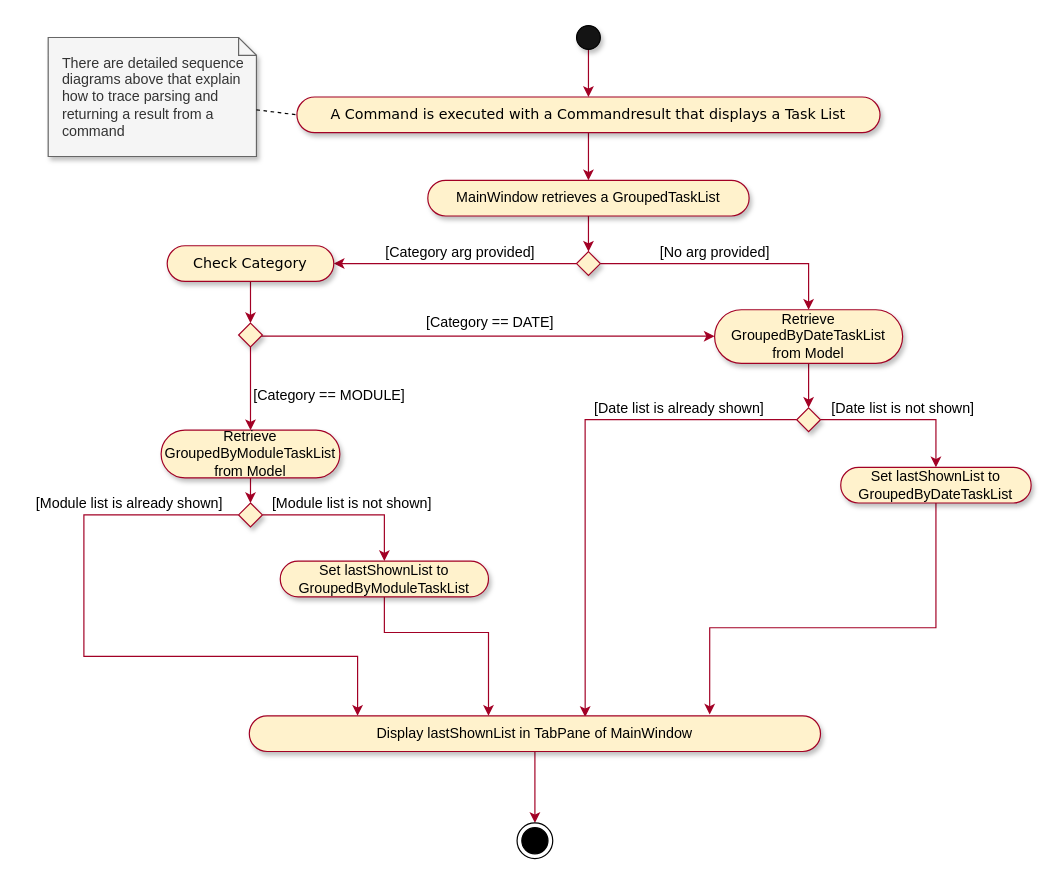
yapdianhao/main keeps this draw.io diagram as docs/diagrams/ListCommandActivityDiagram.drawio. Above is the earlier version. Source tidied: cells renumbered, new cells numbered last; positions are measured from the earlier drawing's top-left corner, leaving out a move shared by most shapes. Both pictures are drawn from the tidied source at 119%, with x=0, y=0 at pixel (48, 25).
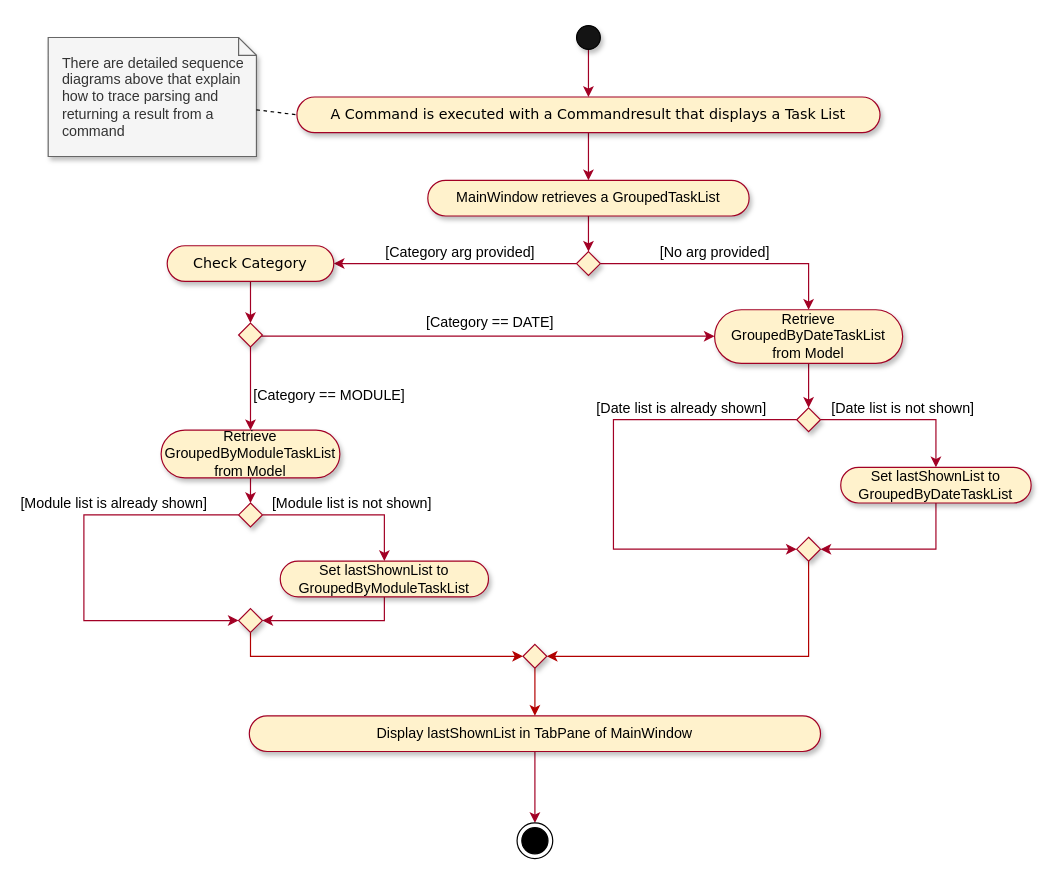
After the change.

Commit message (it also covers changes not shown here):
Fixed Diagram Changed Command markdown to italic + bold

Unchanged cells that the change refers to:
```xml
<mxCell id="30" style="rhombus;whiteSpace=wrap;html=1;shadow=1;strokeColor=#A20025;fillColor=#fff2cc;" parent="1" vertex="1">
  <mxGeometry x="629" y="321.2" width="20" height="20" as="geometry" />
</mxCell>
<mxCell id="32" value="Set lastShownList to GroupedByDateTaskList" style="whiteSpace=wrap;html=1;rounded=1;arcSize=50;align=center;verticalAlign=middle;strokeWidth=1;spacing=4;newEdgeStyle={&quot;edgeStyle&quot;:&quot;entityRelationEdgeStyle&quot;,&quot;startArrow&quot;:&quot;none&quot;,&quot;endArrow&quot;:&quot;none&quot;,&quot;segment&quot;:10,&quot;curved&quot;:1};shadow=1;fillColor=#fff2cc;strokeColor=#A20025;" parent="1" vertex="1">
  <mxGeometry x="666" y="371.2" width="160" height="30" as="geometry" />
</mxCell>
<mxCell id="34" value="Display lastShownList in TabPane of MainWindow" style="whiteSpace=wrap;html=1;rounded=1;arcSize=50;align=center;verticalAlign=middle;strokeWidth=1;spacing=4;newEdgeStyle={&quot;edgeStyle&quot;:&quot;entityRelationEdgeStyle&quot;,&quot;startArrow&quot;:&quot;none&quot;,&quot;endArrow&quot;:&quot;none&quot;,&quot;segment&quot;:10,&quot;curved&quot;:1};shadow=1;fillColor=#fff2cc;strokeColor=#A20025;" parent="1" vertex="1">
  <mxGeometry x="169" y="580" width="480" height="30" as="geometry" />
</mxCell>
<mxCell id="39" style="rhombus;whiteSpace=wrap;html=1;shadow=1;strokeColor=#A20025;fillColor=#fff2cc;" parent="1" vertex="1">
  <mxGeometry x="160" y="401.2" width="20" height="20" as="geometry" />
</mxCell>
<mxCell id="41" value="Set lastShownList to GroupedByModuleTaskList" style="whiteSpace=wrap;html=1;rounded=1;arcSize=50;align=center;verticalAlign=middle;strokeWidth=1;spacing=4;newEdgeStyle={&quot;edgeStyle&quot;:&quot;entityRelationEdgeStyle&quot;,&quot;startArrow&quot;:&quot;none&quot;,&quot;endArrow&quot;:&quot;none&quot;,&quot;segment&quot;:10,&quot;curved&quot;:1};shadow=1;fillColor=#fff2cc;strokeColor=#A20025;" parent="1" vertex="1">
  <mxGeometry x="195" y="450" width="175" height="30" as="geometry" />
</mxCell>
```

What changed in the source:
```diff
@@
-    <mxCell id="28" style="edgeStyle=orthogonalEdgeStyle;rounded=0;jettySize=auto;html=1;exitX=0;exitY=0.5;exitDx=0;exitDy=0;startArrow=none;startFill=0;endArrow=classic;endFill=1;strokeColor=#A20025;fontFamily=Verdana;entryX=0.588;entryY=0.033;entryDx=0;entryDy=0;entryPerimeter=0;" parent="1" edge="1" source="30" target="34">
-      <mxGeometry relative="1" as="geometry" />
+    <mxCell id="28" style="edgeStyle=orthogonalEdgeStyle;rounded=0;jettySize=auto;html=1;exitX=0;exitY=0.5;exitDx=0;exitDy=0;startArrow=none;startFill=0;endArrow=classic;endFill=1;strokeColor=#A20025;fontFamily=Verdana;entryX=0;entryY=0.5;entryDx=0;entryDy=0;" parent="1" edge="1" source="30" target="44">
+      <mxGeometry relative="1" as="geometry">
+        <Array as="points">
+          <mxPoint x="475" y="331" />
+          <mxPoint x="475" y="440" />
+        </Array>
+      </mxGeometry>
     </mxCell>
@@
-    <mxCell id="31" style="edgeStyle=orthogonalEdgeStyle;rounded=0;jettySize=auto;html=1;exitX=0.5;exitY=1;exitDx=0;exitDy=0;entryX=0.806;entryY=-0.033;entryDx=0;entryDy=0;startArrow=none;startFill=0;endArrow=classic;endFill=1;strokeColor=#A20025;fontFamily=Verdana;entryPerimeter=0;" parent="1" edge="1" source="32" target="34">
+    <mxCell id="31" style="edgeStyle=orthogonalEdgeStyle;rounded=0;jettySize=auto;html=1;exitX=0.5;exitY=1;exitDx=0;exitDy=0;entryX=1;entryY=0.5;entryDx=0;entryDy=0;startArrow=none;startFill=0;endArrow=classic;endFill=1;strokeColor=#A20025;fontFamily=Verdana;" parent="1" edge="1" source="32" target="44">
       <mxGeometry relative="1" as="geometry">
         <Array as="points">
-          <mxPoint x="746" y="506" />
-          <mxPoint x="556" y="506" />
+          <mxPoint x="746" y="440" />
         </Array>
       </mxGeometry>
     </mxCell>
@@
-    <mxCell id="37" style="edgeStyle=orthogonalEdgeStyle;rounded=0;jettySize=auto;html=1;exitX=0;exitY=0.5;exitDx=0;exitDy=0;startArrow=none;startFill=0;endArrow=classic;endFill=1;strokeColor=#A20025;fontFamily=Verdana;" parent="1" edge="1" source="39">
+    <mxCell id="37" style="edgeStyle=orthogonalEdgeStyle;rounded=0;jettySize=auto;html=1;exitX=0;exitY=0.5;exitDx=0;exitDy=0;startArrow=none;startFill=0;endArrow=classic;endFill=1;strokeColor=#A20025;fontFamily=Verdana;entryX=0;entryY=0.5;entryDx=0;entryDy=0;" parent="1" edge="1" source="39" target="46">
       <mxGeometry relative="1" as="geometry">
-        <mxPoint x="260" y="580" as="targetPoint" />
         <Array as="points">
           <mxPoint x="30" y="411" />
-          <mxPoint x="30" y="530" />
-          <mxPoint x="260" y="530" />
-          <mxPoint x="260" y="580" />
+          <mxPoint x="30" y="500" />
         </Array>
       </mxGeometry>
     </mxCell>
     <mxCell id="38" value="[Module list is already shown]" style="text;html=1;align=center;verticalAlign=middle;" parent="37" vertex="1">
       <mxGeometry x="-0.65" relative="1" as="geometry">
-        <mxPoint y="-10" as="offset" />
+        <mxPoint x="-44.3" y="-10" as="offset" />
       </mxGeometry>
     </mxCell>
@@
-    <mxCell id="40" style="edgeStyle=orthogonalEdgeStyle;rounded=0;jettySize=auto;html=1;exitX=0.5;exitY=1;exitDx=0;exitDy=0;startArrow=none;startFill=0;endArrow=classic;endFill=1;strokeColor=#A20025;fontFamily=Verdana;" parent="1" edge="1" source="41">
+    <mxCell id="40" style="edgeStyle=orthogonalEdgeStyle;rounded=0;jettySize=auto;html=1;exitX=0.5;exitY=1;exitDx=0;exitDy=0;startArrow=none;startFill=0;endArrow=classic;endFill=1;strokeColor=#A20025;fontFamily=Verdana;entryX=1;entryY=0.5;entryDx=0;entryDy=0;" parent="1" edge="1" source="41" target="46">
       <mxGeometry relative="1" as="geometry">
-        <mxPoint x="370" y="580" as="targetPoint" />
         <Array as="points">
-          <mxPoint x="283" y="510" />
-          <mxPoint x="370" y="510" />
-          <mxPoint x="370" y="580" />
+          <mxPoint x="282" y="500" />
         </Array>
       </mxGeometry>
     </mxCell>
@@
+    <mxCell id="43" style="edgeStyle=orthogonalEdgeStyle;rounded=0;jettySize=auto;html=1;exitX=0.5;exitY=1;exitDx=0;exitDy=0;entryX=1;entryY=0.5;entryDx=0;entryDy=0;fillColor=#e51400;strokeColor=#B20000;" parent="1" edge="1" source="44" target="48">
+      <mxGeometry relative="1" as="geometry" />
+    </mxCell>
+    <mxCell id="44" style="rhombus;whiteSpace=wrap;html=1;shadow=1;strokeColor=#A20025;fillColor=#fff2cc;" parent="1" vertex="1">
+      <mxGeometry x="629" y="430" width="20" height="20" as="geometry" />
+    </mxCell>
+    <mxCell id="45" style="edgeStyle=orthogonalEdgeStyle;rounded=0;jettySize=auto;html=1;exitX=0.5;exitY=1;exitDx=0;exitDy=0;entryX=0;entryY=0.5;entryDx=0;entryDy=0;fillColor=#e51400;strokeColor=#B20000;" parent="1" edge="1" source="46" target="48">
+      <mxGeometry relative="1" as="geometry" />
+    </mxCell>
+    <mxCell id="46" style="rhombus;whiteSpace=wrap;html=1;shadow=1;strokeColor=#A20025;fillColor=#fff2cc;" parent="1" vertex="1">
+      <mxGeometry x="160" y="490" width="20" height="20" as="geometry" />
+    </mxCell>
+    <mxCell id="47" style="edgeStyle=orthogonalEdgeStyle;rounded=0;jettySize=auto;html=1;exitX=0.5;exitY=1;exitDx=0;exitDy=0;entryX=0.5;entryY=0;entryDx=0;entryDy=0;fillColor=#e51400;strokeColor=#B20000;" parent="1" edge="1" source="48" target="34">
+      <mxGeometry relative="1" as="geometry" />
+    </mxCell>
+    <mxCell id="48" style="rhombus;whiteSpace=wrap;html=1;shadow=1;strokeColor=#A20025;fillColor=#fff2cc;" parent="1" vertex="1">
+      <mxGeometry x="399" y="520" width="20" height="20" as="geometry" />
+    </mxCell>
```
